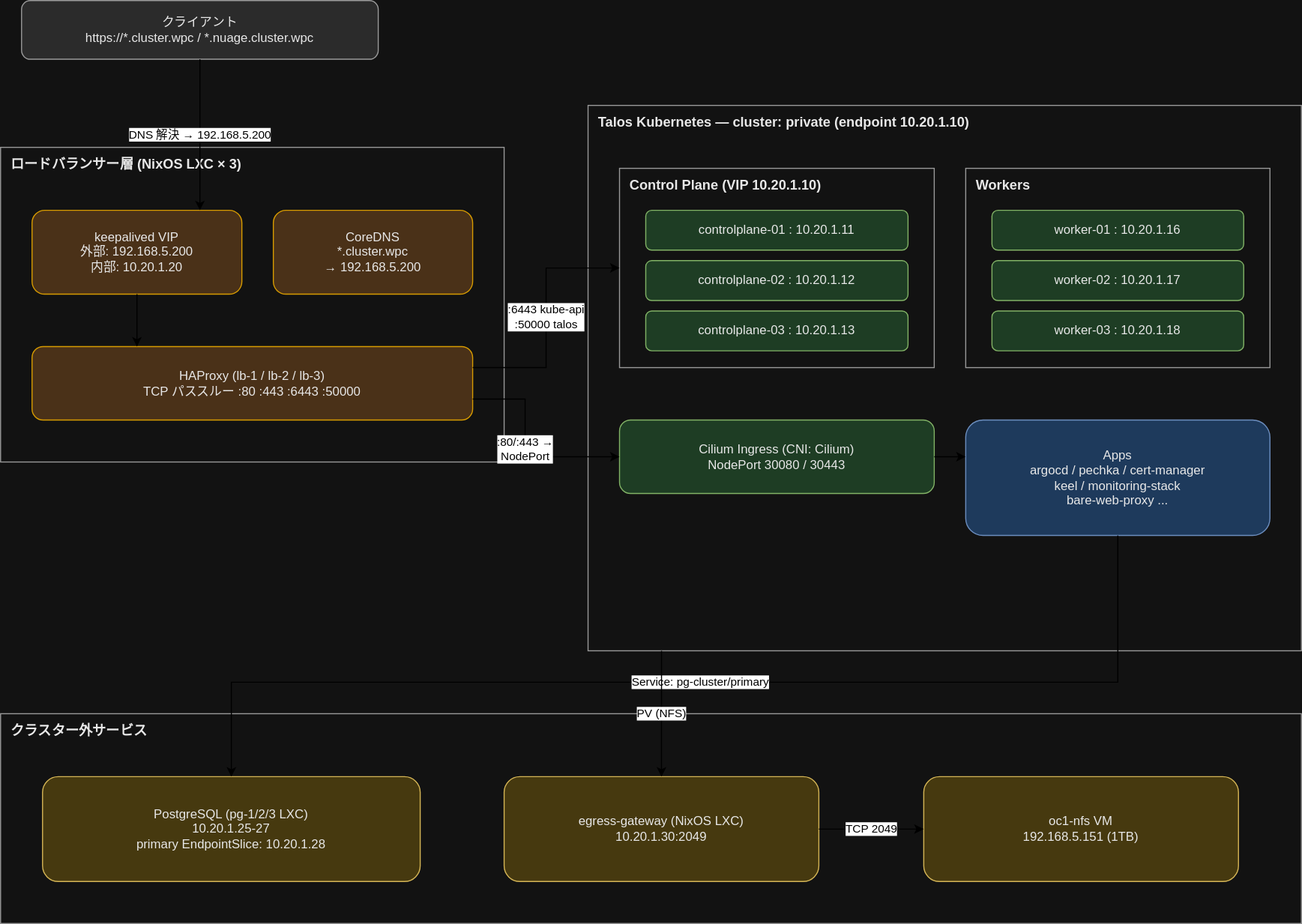
Before: docs/architecture-k8s.drawio.svg, a diagram exported from draw.io (k-wa-wa/nuage-cluster). Source tidied: cells renumbered, new cells last; positions are measured from the earlier drawing's top-left corner, leaving out a move shared by most shapes.
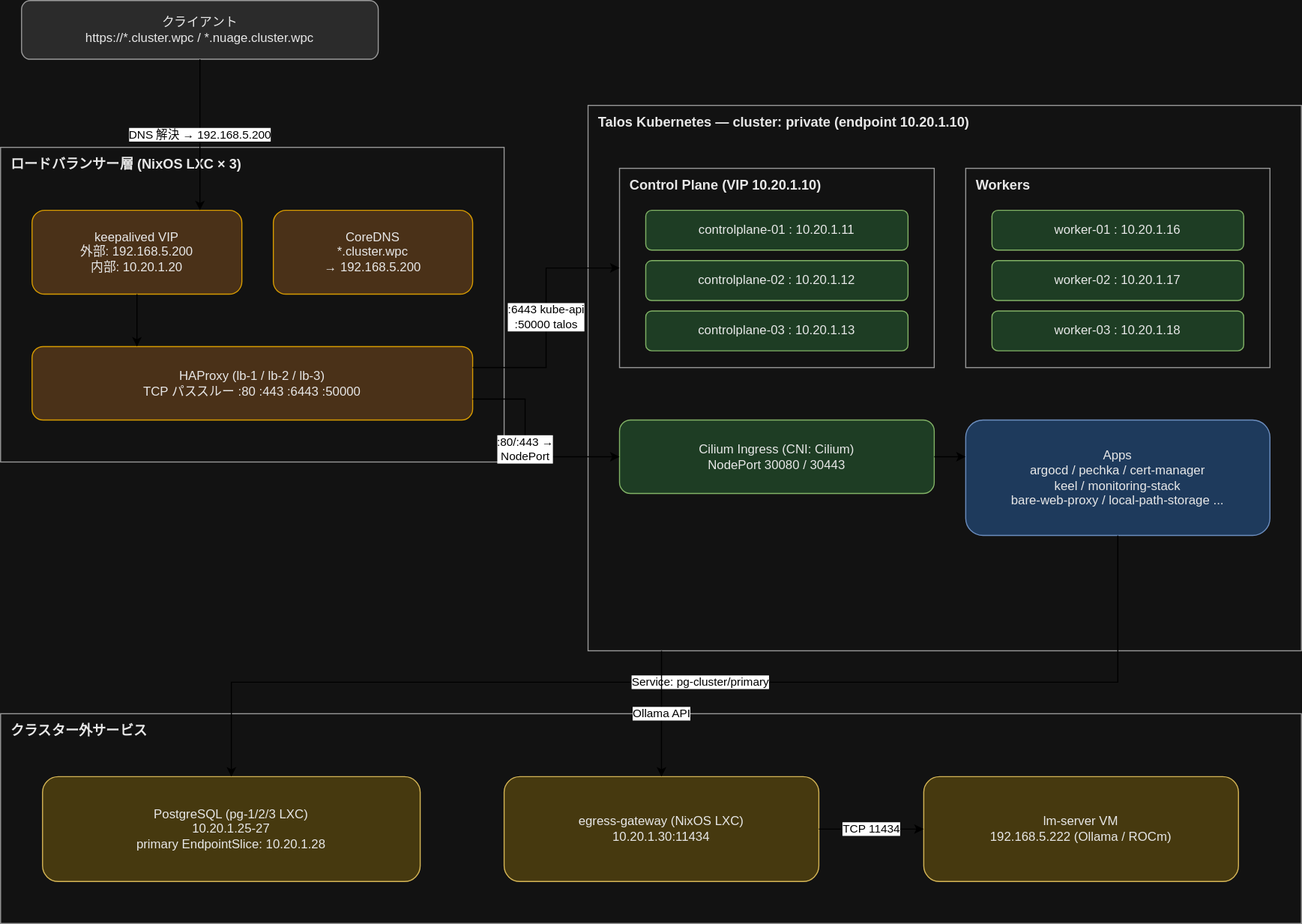
Later version of the same file.

Commit message:
docs: nfs廃止を反映

The edit, as a diff of the source:
```diff
@@ -47,7 +47,7 @@
     <mxCell id="16" value="Cilium Ingress (CNI: Cilium)&lt;br&gt;NodePort 30080 / 30443" style="rounded=1;whiteSpace=wrap;html=1;fontSize=12;fillColor=#1e3d24;strokeColor=#82b366;fontColor=#e8e8e8;" parent="1" vertex="1">
       <mxGeometry x="590" y="400" width="300" height="70" as="geometry" />
     </mxCell>
-    <mxCell id="17" value="Apps&lt;br&gt;argocd / pechka / cert-manager&lt;br&gt;keel / monitoring-stack&lt;br&gt;bare-web-proxy ..." style="rounded=1;whiteSpace=wrap;html=1;fontSize=12;fillColor=#1e3a5c;strokeColor=#6c8ebf;fontColor=#e8e8e8;" parent="1" vertex="1">
+    <mxCell id="17" value="Apps&lt;br&gt;argocd / pechka / cert-manager&lt;br&gt;keel / monitoring-stack&lt;br&gt;bare-web-proxy / local-path-storage ..." style="rounded=1;whiteSpace=wrap;html=1;fontSize=12;fillColor=#1e3a5c;strokeColor=#6c8ebf;fontColor=#e8e8e8;" parent="1" vertex="1">
       <mxGeometry x="920" y="400" width="290" height="110" as="geometry" />
     </mxCell>
     <mxCell id="18" value="クラスター外サービス" style="rounded=0;whiteSpace=wrap;html=1;verticalAlign=top;align=left;spacingLeft=8;spacingTop=2;fontSize=13;fontStyle=1;fillColor=none;strokeColor=#999999;fontColor=#e8e8e8;" parent="1" vertex="1">
@@ -56,10 +56,10 @@
     <mxCell id="19" value="PostgreSQL (pg-1/2/3 LXC)&lt;br&gt;10.20.1.25-27&lt;br&gt;primary EndpointSlice: 10.20.1.28" style="rounded=1;whiteSpace=wrap;html=1;fontSize=12;fillColor=#46390f;strokeColor=#d6b656;fontColor=#e8e8e8;" parent="1" vertex="1">
       <mxGeometry x="40" y="740" width="360" height="100" as="geometry" />
     </mxCell>
-    <mxCell id="20" value="egress-gateway (NixOS LXC)&lt;br&gt;10.20.1.30:2049" style="rounded=1;whiteSpace=wrap;html=1;fontSize=12;fillColor=#46390f;strokeColor=#d6b656;fontColor=#e8e8e8;" parent="1" vertex="1">
+    <mxCell id="20" value="egress-gateway (NixOS LXC)&lt;br&gt;10.20.1.30:11434" style="rounded=1;whiteSpace=wrap;html=1;fontSize=12;fillColor=#46390f;strokeColor=#d6b656;fontColor=#e8e8e8;" parent="1" vertex="1">
       <mxGeometry x="480" y="740" width="300" height="100" as="geometry" />
     </mxCell>
-    <mxCell id="21" value="oc1-nfs VM&lt;br&gt;192.168.5.151 (1TB)" style="rounded=1;whiteSpace=wrap;html=1;fontSize=12;fillColor=#46390f;strokeColor=#d6b656;fontColor=#e8e8e8;" parent="1" vertex="1">
+    <mxCell id="21" value="lm-server VM&lt;br&gt;192.168.5.222 (Ollama / ROCm)" style="rounded=1;whiteSpace=wrap;html=1;fontSize=12;fillColor=#46390f;strokeColor=#d6b656;fontColor=#e8e8e8;" parent="1" vertex="1">
       <mxGeometry x="880" y="740" width="300" height="100" as="geometry" />
     </mxCell>
     <mxCell id="22" style="edgeStyle=orthogonalEdgeStyle;rounded=0;html=1;fontSize=11;exitX=0.5;exitY=1.0;exitDx=0;exitDy=0;entryX=0.238;entryY=0.0;entryDx=0;entryDy=0;" parent="1" edge="1" source="4" target="6">
@@ -68,7 +68,7 @@
     <mxCell id="23" style="edgeStyle=orthogonalEdgeStyle;rounded=0;html=1;fontSize=11;exitX=1.0;exitY=0.5;exitDx=0;exitDy=0;entryX=0.0;entryY=0.318;entryDx=0;entryDy=0;" parent="1" edge="1" source="16" target="17">
       <mxGeometry relative="1" as="geometry" />
     </mxCell>
-    <mxCell id="24" value="TCP 2049" style="edgeStyle=orthogonalEdgeStyle;rounded=0;html=1;fontSize=11;exitX=1.0;exitY=0.5;exitDx=0;exitDy=0;entryX=0.0;entryY=0.5;entryDx=0;entryDy=0;" parent="1" edge="1" source="20" target="21">
+    <mxCell id="24" value="TCP 11434" style="edgeStyle=orthogonalEdgeStyle;rounded=0;html=1;fontSize=11;exitX=1.0;exitY=0.5;exitDx=0;exitDy=0;entryX=0.0;entryY=0.5;entryDx=0;entryDy=0;" parent="1" edge="1" source="20" target="21">
       <mxGeometry relative="1" as="geometry" />
     </mxCell>
     <mxCell id="25" value="DNS 解決 → 192.168.5.200" style="edgeStyle=orthogonalEdgeStyle;rounded=0;html=1;fontSize=11;exitX=0.5;exitY=1.0;exitDx=0;exitDy=0;entryX=0.8;entryY=0.0;entryDx=0;entryDy=0;" parent="1" edge="1" source="2" target="4">
@@ -98,7 +98,7 @@
         </Array>
       </mxGeometry>
     </mxCell>
-    <mxCell id="29" value="PV (NFS)" style="edgeStyle=orthogonalEdgeStyle;rounded=0;html=1;fontSize=11;exitX=0.103;exitY=1.0;exitDx=0;exitDy=0;entryX=0.5;entryY=0.0;entryDx=0;entryDy=0;" parent="1" edge="1" source="7" target="20">
+    <mxCell id="29" value="Ollama API" style="edgeStyle=orthogonalEdgeStyle;rounded=0;html=1;fontSize=11;exitX=0.103;exitY=1.0;exitDx=0;exitDy=0;entryX=0.5;entryY=0.0;entryDx=0;entryDy=0;" parent="1" edge="1" source="7" target="20">
       <mxGeometry relative="1" as="geometry" />
     </mxCell>
   </root>
```
